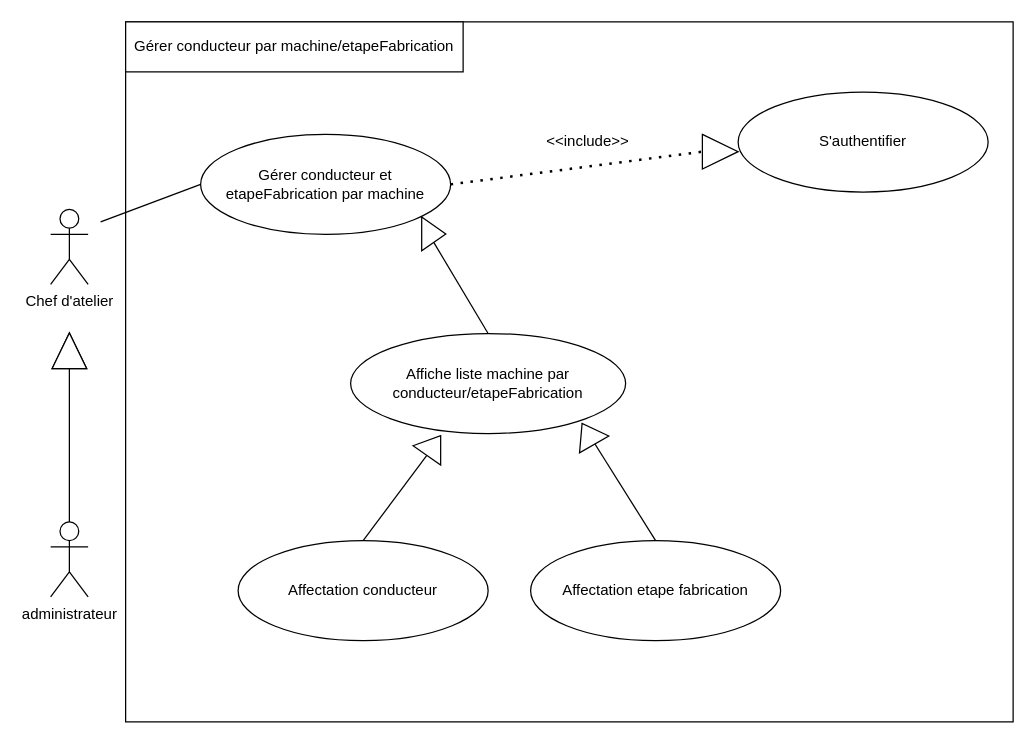
Before: cuGérerConducteurParMachine.drawio in AbdelazizBs/GPAO-SpringApp, a draw.io diagram. Source tidied: cells renumbered, new cells numbered last; positions are measured from the earlier drawing's top-left corner, leaving out a move shared by most shapes. Both pictures are drawn from the tidied source at 125%, with x=0, y=0 at pixel (50, 21).
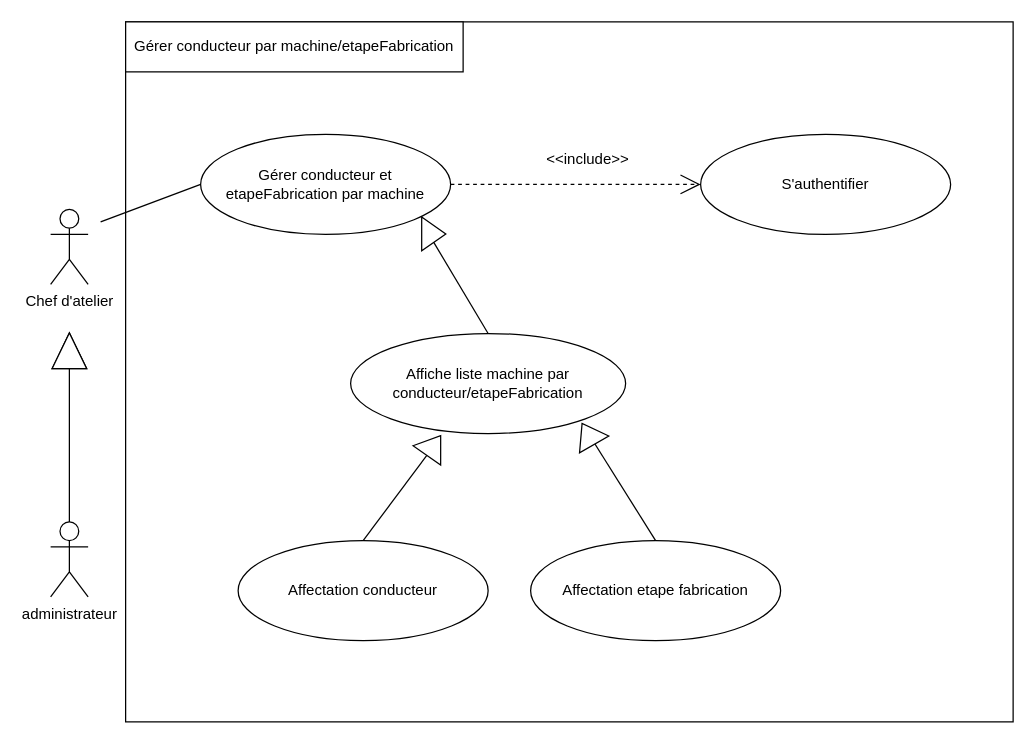
Above is the later version.

Commit message:
Mettre à jour cuGérerConducteurParMachine.drawio

Unchanged cells that the change refers to:
```xml
<mxCell id="5" value="Gérer conducteur et etapeFabrication par machine" style="ellipse;whiteSpace=wrap;html=1;" parent="1" vertex="1">
  <mxGeometry x="120" y="90" width="200" height="80" as="geometry" />
</mxCell>
```

Diff of the diagram source:
```diff
@@
     <mxCell id="7" value="S'authentifier" style="ellipse;whiteSpace=wrap;html=1;" parent="1" vertex="1">
-      <mxGeometry x="550" y="56.1" width="200" height="80" as="geometry" />
+      <mxGeometry x="520" y="90" width="200" height="80" as="geometry" />
     </mxCell>
@@
-    <mxCell id="15" style="endArrow=none;dashed=1;html=1;dashPattern=1 3;strokeWidth=2;rounded=0;exitX=1;exitY=0.5;exitDx=0;exitDy=0;entryX=0;entryY=0.5;entryDx=0;entryDy=0;" parent="1" edge="1" source="5" target="16">
-      <mxGeometry relative="1" as="geometry" />
-    </mxCell>
-    <mxCell id="16" style="triangle;whiteSpace=wrap;html=1;rotation=0;" parent="1" vertex="1">
-      <mxGeometry x="521.4" y="90" width="28.6" height="27.7" as="geometry" />
-    </mxCell>
     <mxCell id="17" value="&amp;lt;&amp;lt;include&amp;gt;&amp;gt;" style="text;html=1;strokeColor=none;fillColor=none;align=center;verticalAlign=middle;whiteSpace=wrap;rounded=0;" parent="1" vertex="1">
-      <mxGeometry x="410" y="86.1" width="40" height="20" as="geometry" />
+      <mxGeometry x="410" y="100" width="40" height="20" as="geometry" />
     </mxCell>
@@
+    <mxCell id="24" style="edgeStyle=orthogonalEdgeStyle;rounded=0;jettySize=auto;html=1;endArrow=open;endFill=0;dashed=1;strokeWidth=1;endSize=14;exitX=1;exitY=0.5;exitDx=0;exitDy=0;entryX=0;entryY=0.5;entryDx=0;entryDy=0;" parent="1" edge="1" source="5" target="7">
+      <mxGeometry relative="1" as="geometry" />
+    </mxCell>
```
